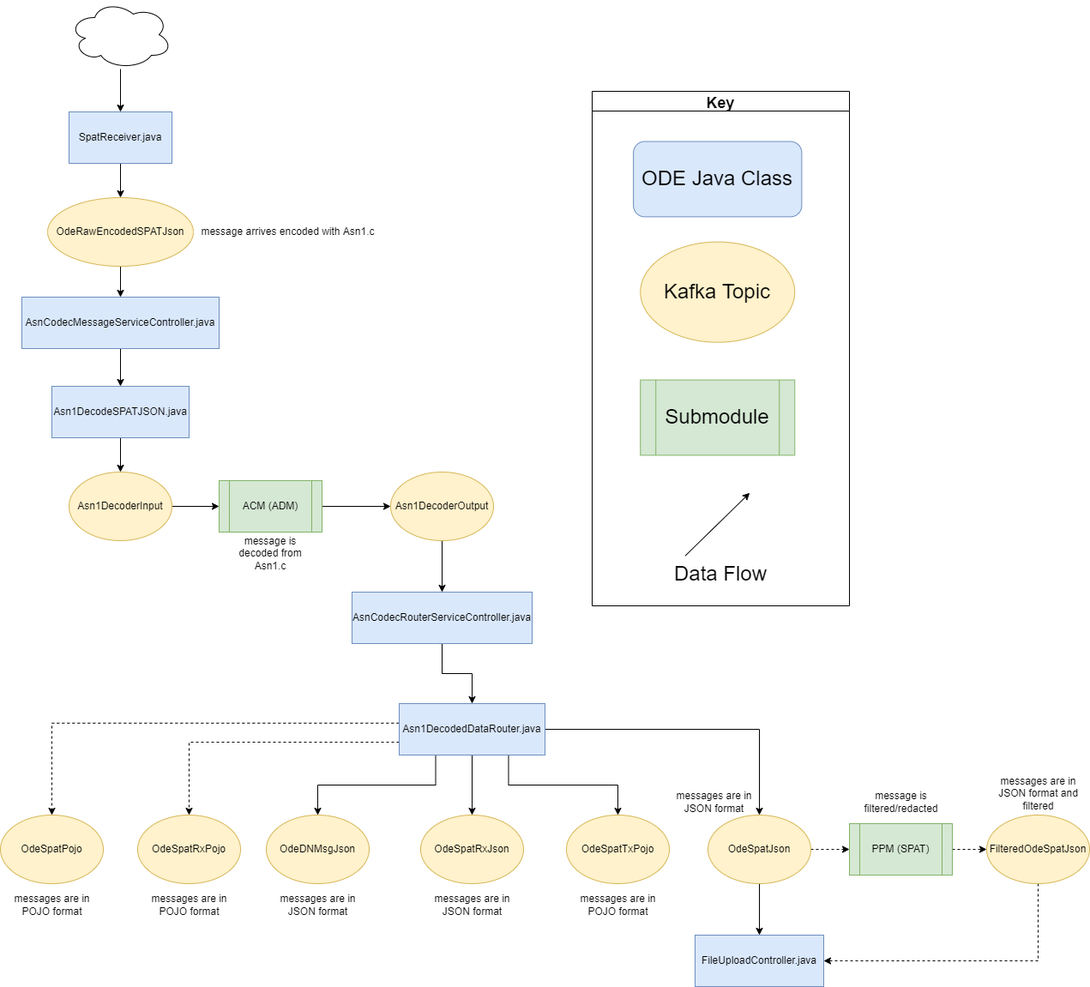
Earlier version of the draw.io export docs/data-flow-diagrams/spat/SPAT Data Flow.drawio.png (usdot-jpo-ode/jpo-ode). Source tidied: cells renumbered, new cells last; positions are measured from the earlier drawing's top-left corner, leaving out a move shared by most shapes.
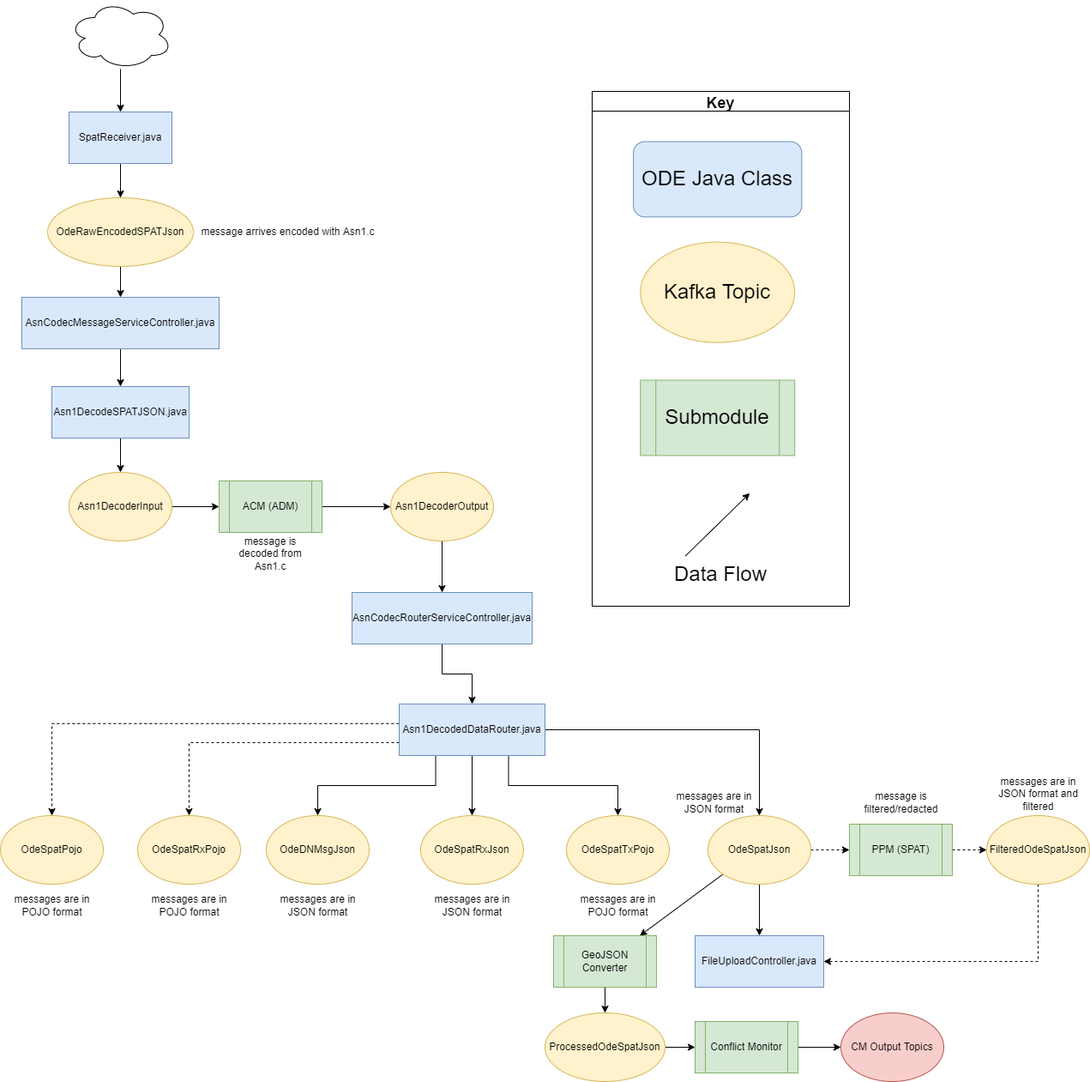
After the commit.

Commit message:
Updated data flow diagrams to include GeoJSON Converter & Conflict Monitor modules.

What changed in the source:
```diff
@@ -113,6 +113,9 @@
     <mxCell id="37" style="edgeStyle=orthogonalEdgeStyle;rounded=0;jettySize=auto;html=1;dashed=1;" parent="1" edge="1" source="38" target="45">
       <mxGeometry relative="1" as="geometry" />
     </mxCell>
+    <mxCell id="57" style="rounded=0;jettySize=auto;html=1;exitX=0;exitY=1;exitDx=0;exitDy=0;" parent="1" edge="1" source="38" target="59">
+      <mxGeometry relative="1" as="geometry" />
+    </mxCell>
     <mxCell id="38" value="OdeSpatJson" style="ellipse;whiteSpace=wrap;html=1;fillColor=#fff2cc;strokeColor=#d6b656;" parent="1" vertex="1">
       <mxGeometry x="825" y="950" width="120" height="80" as="geometry" />
     </mxCell>
@@ -170,5 +173,26 @@
     <mxCell id="56" value="messages are in JSON format and filtered" style="text;html=1;strokeColor=none;fillColor=none;align=center;verticalAlign=middle;whiteSpace=wrap;rounded=0;" parent="1" vertex="1">
       <mxGeometry x="1157.5" y="900" width="105" height="50" as="geometry" />
     </mxCell>
+    <mxCell id="58" style="edgeStyle=orthogonalEdgeStyle;rounded=0;jettySize=auto;html=1;" parent="1" edge="1" source="59" target="64">
+      <mxGeometry relative="1" as="geometry" />
+    </mxCell>
+    <mxCell id="59" value="GeoJSON Converter" style="shape=process;whiteSpace=wrap;html=1;backgroundOutline=1;fillColor=#d5e8d4;strokeColor=#82b366;" parent="1" vertex="1">
+      <mxGeometry x="645" y="1090" width="120" height="60" as="geometry" />
+    </mxCell>
+    <mxCell id="60" style="edgeStyle=none;rounded=0;jettySize=auto;html=1;" parent="1" edge="1" source="61" target="62">
+      <mxGeometry relative="1" as="geometry" />
+    </mxCell>
+    <mxCell id="61" value="Conflict Monitor" style="shape=process;whiteSpace=wrap;html=1;backgroundOutline=1;fillColor=#d5e8d4;strokeColor=#82b366;" parent="1" vertex="1">
+      <mxGeometry x="810" y="1190" width="120" height="60" as="geometry" />
+    </mxCell>
+    <mxCell id="62" value="CM Output Topics" style="ellipse;whiteSpace=wrap;html=1;fillColor=#f8cecc;strokeColor=#b85450;" parent="1" vertex="1">
+      <mxGeometry x="980" y="1180" width="120" height="80" as="geometry" />
+    </mxCell>
+    <mxCell id="63" style="edgeStyle=orthogonalEdgeStyle;rounded=0;jettySize=auto;html=1;" parent="1" edge="1" source="64" target="61">
+      <mxGeometry relative="1" as="geometry" />
+    </mxCell>
+    <mxCell id="64" value="ProcessedOdeSpatJson" style="ellipse;whiteSpace=wrap;html=1;fillColor=#fff2cc;strokeColor=#d6b656;" parent="1" vertex="1">
+      <mxGeometry x="635" y="1180" width="140" height="80" as="geometry" />
+    </mxCell>
   </root>
 </mxGraphModel>
```
